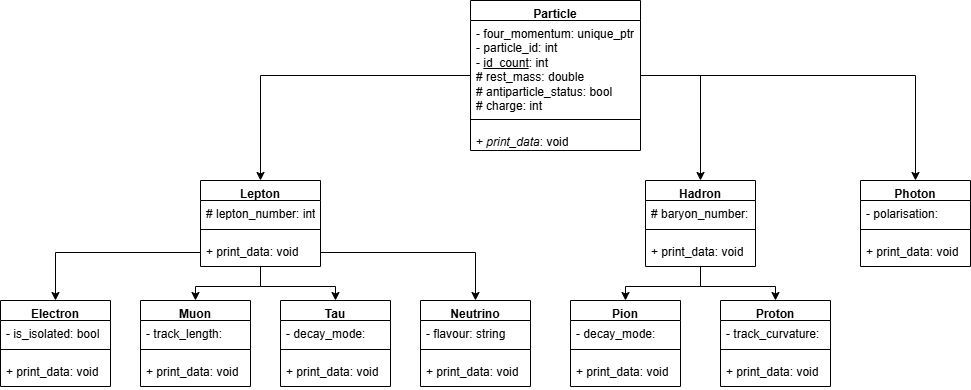
Above: particle.drawio.png in jonnie78/Project-Report (draw.io), before the change. Source tidied: cells renumbered, new cells last; positions are measured from the earlier drawing's top-left corner, leaving out a move shared by most shapes.
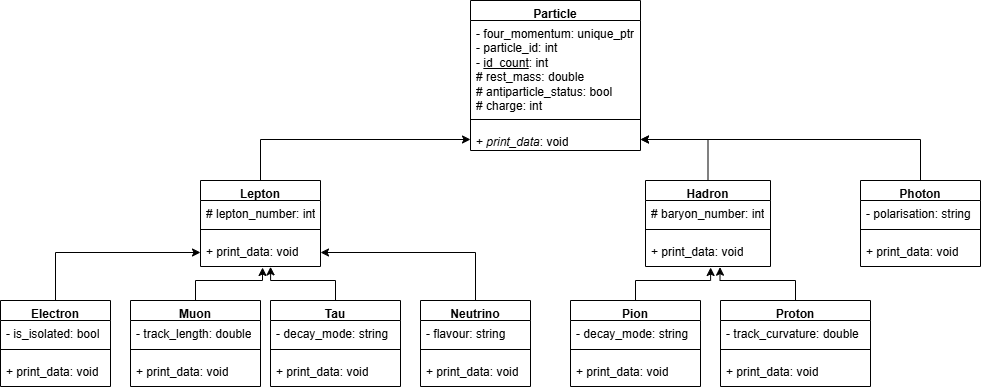
Above is the later version.

What changed in the source:
```diff
@@ -2,15 +2,6 @@
   <root>
     <mxCell id="0" />
     <mxCell id="1" parent="0" />
-    <mxCell id="2" style="edgeStyle=orthogonalEdgeStyle;rounded=0;jettySize=auto;html=1;entryX=0.5;entryY=0;entryDx=0;entryDy=0;fontSize=12;" parent="1" edge="1" source="5" target="11">
-      <mxGeometry relative="1" as="geometry" />
-    </mxCell>
-    <mxCell id="3" style="edgeStyle=orthogonalEdgeStyle;rounded=0;jettySize=auto;html=1;entryX=0.5;entryY=0;entryDx=0;entryDy=0;fontSize=12;" parent="1" edge="1" source="5" target="17">
-      <mxGeometry relative="1" as="geometry" />
-    </mxCell>
-    <mxCell id="4" style="edgeStyle=orthogonalEdgeStyle;rounded=0;jettySize=auto;html=1;entryX=0.5;entryY=0;entryDx=0;entryDy=0;fontSize=12;" parent="1" edge="1" source="5" target="21">
-      <mxGeometry relative="1" as="geometry" />
-    </mxCell>
     <mxCell id="5" value="Particle" style="swimlane;fontStyle=1;align=center;verticalAlign=top;horizontal=1;startSize=20;whiteSpace=wrap;html=1;fontSize=12;" parent="1" vertex="1">
       <mxGeometry x="470" width="170" height="150" as="geometry" />
     </mxCell>
@@ -23,12 +14,9 @@
     <mxCell id="8" value="&lt;div&gt;&lt;span style=&quot;background-color: transparent; color: light-dark(rgb(0, 0, 0), rgb(255, 255, 255));&quot;&gt;+ &lt;/span&gt;&lt;i style=&quot;background-color: transparent; color: light-dark(rgb(0, 0, 0), rgb(255, 255, 255));&quot;&gt;print_data&lt;/i&gt;&lt;span style=&quot;background-color: transparent; color: light-dark(rgb(0, 0, 0), rgb(255, 255, 255));&quot;&gt;: void&lt;/span&gt;&lt;/div&gt;" style="text;strokeColor=none;fillColor=none;align=left;verticalAlign=top;spacingLeft=4;spacingRight=4;overflow=hidden;points=[[0,0.5],[1,0.5]];portConstraint=eastwest;whiteSpace=wrap;html=1;fontSize=12;" parent="5" vertex="1">
       <mxGeometry y="128" width="170" height="22" as="geometry" />
     </mxCell>
-    <mxCell id="9" style="edgeStyle=orthogonalEdgeStyle;rounded=0;jettySize=auto;html=1;entryX=0.5;entryY=0;entryDx=0;entryDy=0;fontSize=12;" parent="1" edge="1" source="11" target="37">
-      <mxGeometry relative="1" as="geometry" />
-    </mxCell>
-    <mxCell id="10" style="edgeStyle=orthogonalEdgeStyle;rounded=0;jettySize=auto;html=1;entryX=0.5;entryY=0;entryDx=0;entryDy=0;fontSize=12;" parent="1" edge="1" source="11" target="29">
-      <mxGeometry relative="1" as="geometry" />
-    </mxCell>
+    <mxCell id="51" style="edgeStyle=orthogonalEdgeStyle;rounded=0;jettySize=auto;html=1;entryX=0;entryY=0.5;entryDx=0;entryDy=0;" parent="1" edge="1" source="11" target="8">
+      <mxGeometry relative="1" as="geometry" />
+    </mxCell>
     <mxCell id="11" value="Lepton" style="swimlane;fontStyle=1;align=center;verticalAlign=top;horizontal=1;startSize=20;whiteSpace=wrap;html=1;fontSize=12;" parent="1" vertex="1">
       <mxGeometry x="200" y="180" width="120" height="86" as="geometry" />
     </mxCell>
@@ -41,36 +29,39 @@
     <mxCell id="14" value="&lt;div&gt;&lt;span style=&quot;background-color: transparent; color: light-dark(rgb(0, 0, 0), rgb(255, 255, 255));&quot;&gt;+ &lt;/span&gt;&lt;span style=&quot;background-color: transparent; color: light-dark(rgb(0, 0, 0), rgb(255, 255, 255));&quot;&gt;print_data&lt;/span&gt;&lt;span style=&quot;background-color: transparent; color: light-dark(rgb(0, 0, 0), rgb(255, 255, 255));&quot;&gt;: void&lt;/span&gt;&lt;/div&gt;" style="text;strokeColor=none;fillColor=none;align=left;verticalAlign=top;spacingLeft=4;spacingRight=4;overflow=hidden;points=[[0,0.5],[1,0.5]];portConstraint=eastwest;whiteSpace=wrap;html=1;fontSize=12;" parent="11" vertex="1">
       <mxGeometry y="58" width="120" height="28" as="geometry" />
     </mxCell>
-    <mxCell id="15" style="edgeStyle=orthogonalEdgeStyle;rounded=0;jettySize=auto;html=1;entryX=0.5;entryY=0;entryDx=0;entryDy=0;fontSize=12;" parent="1" edge="1" source="17" target="45">
-      <mxGeometry relative="1" as="geometry" />
-    </mxCell>
-    <mxCell id="16" style="edgeStyle=orthogonalEdgeStyle;rounded=0;jettySize=auto;html=1;entryX=0.5;entryY=0;entryDx=0;entryDy=0;fontSize=12;" parent="1" edge="1" source="17" target="41">
-      <mxGeometry relative="1" as="geometry" />
-    </mxCell>
+    <mxCell id="52" style="edgeStyle=orthogonalEdgeStyle;rounded=0;jettySize=auto;html=1;entryX=1;entryY=0.5;entryDx=0;entryDy=0;" parent="1" edge="1" source="17" target="8">
+      <mxGeometry relative="1" as="geometry" />
+    </mxCell>
     <mxCell id="17" value="Hadron" style="swimlane;fontStyle=1;align=center;verticalAlign=top;horizontal=1;startSize=20;whiteSpace=wrap;html=1;fontSize=12;" parent="1" vertex="1">
-      <mxGeometry x="645" y="180" width="110" height="86" as="geometry" />
+      <mxGeometry x="645" y="180" width="125" height="86" as="geometry" />
     </mxCell>
     <mxCell id="18" value="&lt;div&gt;# baryon_number: int&lt;/div&gt;" style="text;strokeColor=none;fillColor=none;align=left;verticalAlign=top;spacingLeft=4;spacingRight=4;overflow=hidden;whiteSpace=wrap;html=1;fontSize=12;" parent="17" vertex="1">
-      <mxGeometry y="20" width="110" height="20" as="geometry" />
+      <mxGeometry y="20" width="125" height="20" as="geometry" />
     </mxCell>
     <mxCell id="19" style="line;strokeWidth=1;fillColor=none;align=left;verticalAlign=middle;spacingTop=-1;spacingLeft=3;spacingRight=3;labelPosition=right;strokeColor=inherit;fontSize=12;" parent="17" vertex="1">
-      <mxGeometry y="40" width="110" height="18" as="geometry" />
+      <mxGeometry y="40" width="125" height="18" as="geometry" />
     </mxCell>
     <mxCell id="20" value="&lt;div&gt;&lt;span style=&quot;background-color: transparent; color: light-dark(rgb(0, 0, 0), rgb(255, 255, 255));&quot;&gt;+ &lt;/span&gt;&lt;span style=&quot;background-color: transparent; color: light-dark(rgb(0, 0, 0), rgb(255, 255, 255));&quot;&gt;print_data&lt;/span&gt;&lt;span style=&quot;background-color: transparent; color: light-dark(rgb(0, 0, 0), rgb(255, 255, 255));&quot;&gt;: void&lt;/span&gt;&lt;/div&gt;" style="text;strokeColor=none;fillColor=none;align=left;verticalAlign=top;spacingLeft=4;spacingRight=4;overflow=hidden;points=[[0,0.5],[1,0.5]];portConstraint=eastwest;whiteSpace=wrap;html=1;fontSize=12;" parent="17" vertex="1">
-      <mxGeometry y="58" width="110" height="28" as="geometry" />
+      <mxGeometry y="58" width="125" height="28" as="geometry" />
     </mxCell>
+    <mxCell id="53" style="edgeStyle=orthogonalEdgeStyle;rounded=0;jettySize=auto;html=1;entryX=1;entryY=0.5;entryDx=0;entryDy=0;" parent="1" edge="1" source="21" target="8">
+      <mxGeometry relative="1" as="geometry" />
+    </mxCell>
     <mxCell id="21" value="Photon" style="swimlane;fontStyle=1;align=center;verticalAlign=top;horizontal=1;startSize=20;whiteSpace=wrap;html=1;fontSize=12;" parent="1" vertex="1">
-      <mxGeometry x="860" y="180" width="110" height="86" as="geometry" />
+      <mxGeometry x="860" y="180" width="120" height="86" as="geometry" />
     </mxCell>
     <mxCell id="22" value="&lt;div&gt;- polarisation: string&lt;/div&gt;" style="text;strokeColor=none;fillColor=none;align=left;verticalAlign=top;spacingLeft=4;spacingRight=4;overflow=hidden;whiteSpace=wrap;html=1;fontSize=12;" parent="21" vertex="1">
-      <mxGeometry y="20" width="110" height="20" as="geometry" />
+      <mxGeometry y="20" width="120" height="20" as="geometry" />
     </mxCell>
     <mxCell id="23" style="line;strokeWidth=1;fillColor=none;align=left;verticalAlign=middle;spacingTop=-1;spacingLeft=3;spacingRight=3;labelPosition=right;strokeColor=inherit;fontSize=12;" parent="21" vertex="1">
-      <mxGeometry y="40" width="110" height="18" as="geometry" />
+      <mxGeometry y="40" width="120" height="18" as="geometry" />
     </mxCell>
     <mxCell id="24" value="&lt;div&gt;&lt;span style=&quot;background-color: transparent; color: light-dark(rgb(0, 0, 0), rgb(255, 255, 255));&quot;&gt;+ &lt;/span&gt;&lt;span style=&quot;background-color: transparent; color: light-dark(rgb(0, 0, 0), rgb(255, 255, 255));&quot;&gt;print_data&lt;/span&gt;&lt;span style=&quot;background-color: transparent; color: light-dark(rgb(0, 0, 0), rgb(255, 255, 255));&quot;&gt;: void&lt;/span&gt;&lt;/div&gt;" style="text;strokeColor=none;fillColor=none;align=left;verticalAlign=top;spacingLeft=4;spacingRight=4;overflow=hidden;whiteSpace=wrap;html=1;fontSize=12;" parent="21" vertex="1">
-      <mxGeometry y="58" width="110" height="28" as="geometry" />
+      <mxGeometry y="58" width="120" height="28" as="geometry" />
     </mxCell>
+    <mxCell id="54" style="edgeStyle=orthogonalEdgeStyle;rounded=0;jettySize=auto;html=1;entryX=0;entryY=0.5;entryDx=0;entryDy=0;" parent="1" edge="1" source="25" target="14">
+      <mxGeometry relative="1" as="geometry" />
+    </mxCell>
     <mxCell id="25" value="Electron" style="swimlane;fontStyle=1;align=center;verticalAlign=top;horizontal=1;startSize=20;whiteSpace=wrap;html=1;fontSize=12;" parent="1" vertex="1">
       <mxGeometry y="300" width="110" height="86" as="geometry" />
     </mxCell>
@@ -83,18 +74,24 @@
     <mxCell id="28" value="&lt;div&gt;&lt;span style=&quot;background-color: transparent; color: light-dark(rgb(0, 0, 0), rgb(255, 255, 255));&quot;&gt;+ &lt;/span&gt;&lt;span style=&quot;background-color: transparent; color: light-dark(rgb(0, 0, 0), rgb(255, 255, 255));&quot;&gt;print_data&lt;/span&gt;&lt;span style=&quot;background-color: transparent; color: light-dark(rgb(0, 0, 0), rgb(255, 255, 255));&quot;&gt;: void&lt;/span&gt;&lt;/div&gt;" style="text;strokeColor=none;fillColor=none;align=left;verticalAlign=top;spacingLeft=4;spacingRight=4;overflow=hidden;whiteSpace=wrap;html=1;fontSize=12;" parent="25" vertex="1">
       <mxGeometry y="58" width="110" height="28" as="geometry" />
     </mxCell>
+    <mxCell id="55" style="edgeStyle=orthogonalEdgeStyle;rounded=0;jettySize=auto;html=1;entryX=0.584;entryY=1.012;entryDx=0;entryDy=0;entryPerimeter=0;" parent="1" edge="1" source="29" target="14">
+      <mxGeometry relative="1" as="geometry" />
+    </mxCell>
     <mxCell id="29" value="Tau" style="swimlane;fontStyle=1;align=center;verticalAlign=top;horizontal=1;startSize=20;whiteSpace=wrap;html=1;fontSize=12;" parent="1" vertex="1">
-      <mxGeometry x="280" y="300" width="110" height="86" as="geometry" />
+      <mxGeometry x="270" y="300" width="130" height="86" as="geometry" />
     </mxCell>
     <mxCell id="30" value="&lt;div&gt;- decay_mode: string&lt;/div&gt;" style="text;strokeColor=none;fillColor=none;align=left;verticalAlign=top;spacingLeft=4;spacingRight=4;overflow=hidden;whiteSpace=wrap;html=1;fontSize=12;" parent="29" vertex="1">
-      <mxGeometry y="20" width="110" height="20" as="geometry" />
+      <mxGeometry y="20" width="130" height="20" as="geometry" />
     </mxCell>
     <mxCell id="31" style="line;strokeWidth=1;fillColor=none;align=left;verticalAlign=middle;spacingTop=-1;spacingLeft=3;spacingRight=3;labelPosition=right;strokeColor=inherit;fontSize=12;" parent="29" vertex="1">
-      <mxGeometry y="40" width="110" height="18" as="geometry" />
+      <mxGeometry y="40" width="130" height="18" as="geometry" />
     </mxCell>
     <mxCell id="32" value="&lt;div&gt;&lt;span style=&quot;background-color: transparent; color: light-dark(rgb(0, 0, 0), rgb(255, 255, 255));&quot;&gt;+ &lt;/span&gt;&lt;span style=&quot;background-color: transparent; color: light-dark(rgb(0, 0, 0), rgb(255, 255, 255));&quot;&gt;print_data&lt;/span&gt;&lt;span style=&quot;background-color: transparent; color: light-dark(rgb(0, 0, 0), rgb(255, 255, 255));&quot;&gt;: void&lt;/span&gt;&lt;/div&gt;" style="text;strokeColor=none;fillColor=none;align=left;verticalAlign=top;spacingLeft=4;spacingRight=4;overflow=hidden;whiteSpace=wrap;html=1;fontSize=12;" parent="29" vertex="1">
-      <mxGeometry y="58" width="110" height="28" as="geometry" />
+      <mxGeometry y="58" width="130" height="28" as="geometry" />
     </mxCell>
+    <mxCell id="56" style="edgeStyle=orthogonalEdgeStyle;rounded=0;jettySize=auto;html=1;entryX=1;entryY=0.5;entryDx=0;entryDy=0;" parent="1" edge="1" source="33" target="14">
+      <mxGeometry relative="1" as="geometry" />
+    </mxCell>
     <mxCell id="33" value="Neutrino" style="swimlane;fontStyle=1;align=center;verticalAlign=top;horizontal=1;startSize=20;whiteSpace=wrap;html=1;fontSize=12;" parent="1" vertex="1">
       <mxGeometry x="420" y="300" width="110" height="86" as="geometry" />
     </mxCell>
@@ -108,46 +105,54 @@
       <mxGeometry y="58" width="110" height="28" as="geometry" />
     </mxCell>
     <mxCell id="37" value="Muon" style="swimlane;fontStyle=1;align=center;verticalAlign=top;horizontal=1;startSize=20;whiteSpace=wrap;html=1;fontSize=12;" parent="1" vertex="1">
-      <mxGeometry x="140" y="300" width="110" height="86" as="geometry" />
+      <mxGeometry x="130" y="300" width="130" height="86" as="geometry" />
     </mxCell>
     <mxCell id="38" value="&lt;div&gt;- track_length: double&lt;/div&gt;" style="text;strokeColor=none;fillColor=none;align=left;verticalAlign=top;spacingLeft=4;spacingRight=4;overflow=hidden;whiteSpace=wrap;html=1;fontSize=12;" parent="37" vertex="1">
-      <mxGeometry y="20" width="110" height="20" as="geometry" />
+      <mxGeometry y="20" width="130" height="20" as="geometry" />
     </mxCell>
     <mxCell id="39" style="line;strokeWidth=1;fillColor=none;align=left;verticalAlign=middle;spacingTop=-1;spacingLeft=3;spacingRight=3;labelPosition=right;strokeColor=inherit;fontSize=12;" parent="37" vertex="1">
-      <mxGeometry y="40" width="110" height="18" as="geometry" />
+      <mxGeometry y="40" width="130" height="18" as="geometry" />
     </mxCell>
     <mxCell id="40" value="&lt;div&gt;&lt;span style=&quot;background-color: transparent; color: light-dark(rgb(0, 0, 0), rgb(255, 255, 255));&quot;&gt;+ &lt;/span&gt;&lt;span style=&quot;background-color: transparent; color: light-dark(rgb(0, 0, 0), rgb(255, 255, 255));&quot;&gt;print_data&lt;/span&gt;&lt;span style=&quot;background-color: transparent; color: light-dark(rgb(0, 0, 0), rgb(255, 255, 255));&quot;&gt;: void&lt;/span&gt;&lt;/div&gt;" style="text;strokeColor=none;fillColor=none;align=left;verticalAlign=top;spacingLeft=4;spacingRight=4;overflow=hidden;whiteSpace=wrap;html=1;fontSize=12;" parent="37" vertex="1">
-      <mxGeometry y="58" width="110" height="28" as="geometry" />
+      <mxGeometry y="58" width="130" height="28" as="geometry" />
     </mxCell>
+    <mxCell id="57" style="edgeStyle=orthogonalEdgeStyle;rounded=0;jettySize=auto;html=1;entryX=0.596;entryY=1.024;entryDx=0;entryDy=0;entryPerimeter=0;" parent="1" edge="1" source="41" target="20">
+      <mxGeometry relative="1" as="geometry" />
+    </mxCell>
     <mxCell id="41" value="Proton" style="swimlane;fontStyle=1;align=center;verticalAlign=top;horizontal=1;startSize=20;whiteSpace=wrap;html=1;fontSize=12;" parent="1" vertex="1">
-      <mxGeometry x="720" y="300" width="110" height="86" as="geometry" />
+      <mxGeometry x="720" y="300" width="150" height="86" as="geometry" />
     </mxCell>
     <mxCell id="42" value="&lt;div&gt;- track_curvature: double&lt;/div&gt;" style="text;strokeColor=none;fillColor=none;align=left;verticalAlign=top;spacingLeft=4;spacingRight=4;overflow=hidden;whiteSpace=wrap;html=1;fontSize=12;" parent="41" vertex="1">
-      <mxGeometry y="20" width="110" height="20" as="geometry" />
+      <mxGeometry y="20" width="150" height="20" as="geometry" />
     </mxCell>
     <mxCell id="43" style="line;strokeWidth=1;fillColor=none;align=left;verticalAlign=middle;spacingTop=-1;spacingLeft=3;spacingRight=3;labelPosition=right;strokeColor=inherit;fontSize=12;" parent="41" vertex="1">
-      <mxGeometry y="40" width="110" height="18" as="geometry" />
+      <mxGeometry y="40" width="150" height="18" as="geometry" />
     </mxCell>
     <mxCell id="44" value="&lt;div&gt;&lt;span style=&quot;background-color: transparent; color: light-dark(rgb(0, 0, 0), rgb(255, 255, 255));&quot;&gt;+ &lt;/span&gt;&lt;span style=&quot;background-color: transparent; color: light-dark(rgb(0, 0, 0), rgb(255, 255, 255));&quot;&gt;print_data&lt;/span&gt;&lt;span style=&quot;background-color: transparent; color: light-dark(rgb(0, 0, 0), rgb(255, 255, 255));&quot;&gt;: void&lt;/span&gt;&lt;/div&gt;" style="text;strokeColor=none;fillColor=none;align=left;verticalAlign=top;spacingLeft=4;spacingRight=4;overflow=hidden;whiteSpace=wrap;html=1;fontSize=12;" parent="41" vertex="1">
-      <mxGeometry y="58" width="110" height="28" as="geometry" />
+      <mxGeometry y="58" width="150" height="28" as="geometry" />
     </mxCell>
     <mxCell id="45" value="Pion" style="swimlane;fontStyle=1;align=center;verticalAlign=top;horizontal=1;startSize=20;whiteSpace=wrap;html=1;fontSize=12;" parent="1" vertex="1">
-      <mxGeometry x="570" y="300" width="110" height="86" as="geometry" />
+      <mxGeometry x="570" y="300" width="130" height="86" as="geometry" />
     </mxCell>
     <mxCell id="46" value="&lt;div&gt;- decay_mode: string&lt;/div&gt;" style="text;strokeColor=none;fillColor=none;align=left;verticalAlign=top;spacingLeft=4;spacingRight=4;overflow=hidden;whiteSpace=wrap;html=1;fontSize=12;" parent="45" vertex="1">
-      <mxGeometry y="20" width="110" height="20" as="geometry" />
+      <mxGeometry y="20" width="130" height="20" as="geometry" />
     </mxCell>
     <mxCell id="47" style="line;strokeWidth=1;fillColor=none;align=left;verticalAlign=middle;spacingTop=-1;spacingLeft=3;spacingRight=3;labelPosition=right;strokeColor=inherit;fontSize=12;" parent="45" vertex="1">
-      <mxGeometry y="40" width="110" height="18" as="geometry" />
+      <mxGeometry y="40" width="130" height="18" as="geometry" />
     </mxCell>
     <mxCell id="48" value="&lt;div&gt;&lt;span style=&quot;background-color: transparent; color: light-dark(rgb(0, 0, 0), rgb(255, 255, 255));&quot;&gt;+ &lt;/span&gt;&lt;span style=&quot;background-color: transparent; color: light-dark(rgb(0, 0, 0), rgb(255, 255, 255));&quot;&gt;print_data&lt;/span&gt;&lt;span style=&quot;background-color: transparent; color: light-dark(rgb(0, 0, 0), rgb(255, 255, 255));&quot;&gt;: void&lt;/span&gt;&lt;/div&gt;" style="text;strokeColor=none;fillColor=none;align=left;verticalAlign=top;spacingLeft=4;spacingRight=4;overflow=hidden;whiteSpace=wrap;html=1;fontSize=12;" parent="45" vertex="1">
-      <mxGeometry y="58" width="110" height="28" as="geometry" />
+      <mxGeometry y="58" width="130" height="28" as="geometry" />
     </mxCell>
-    <mxCell id="49" style="edgeStyle=orthogonalEdgeStyle;rounded=0;jettySize=auto;html=1;entryX=0.5;entryY=0;entryDx=0;entryDy=0;fontSize=12;" parent="1" edge="1" source="14" target="33">
-      <mxGeometry relative="1" as="geometry" />
-    </mxCell>
-    <mxCell id="50" style="edgeStyle=orthogonalEdgeStyle;rounded=0;jettySize=auto;html=1;entryX=0.5;entryY=0;entryDx=0;entryDy=0;fontSize=12;" parent="1" edge="1" source="14" target="25">
-      <mxGeometry relative="1" as="geometry" />
-    </mxCell>
+    <mxCell id="58" style="edgeStyle=orthogonalEdgeStyle;rounded=0;jettySize=auto;html=1;entryX=0.517;entryY=1.036;entryDx=0;entryDy=0;entryPerimeter=0;" parent="1" edge="1" source="37" target="14">
+      <mxGeometry relative="1" as="geometry">
+        <Array as="points">
+          <mxPoint x="195" y="280" />
+          <mxPoint x="262" y="280" />
+        </Array>
+      </mxGeometry>
+    </mxCell>
+    <mxCell id="59" style="edgeStyle=orthogonalEdgeStyle;rounded=0;jettySize=auto;html=1;entryX=0.521;entryY=1.036;entryDx=0;entryDy=0;entryPerimeter=0;" parent="1" edge="1" source="45" target="20">
+      <mxGeometry relative="1" as="geometry" />
+    </mxCell>
   </root>
 </mxGraphModel>
```
